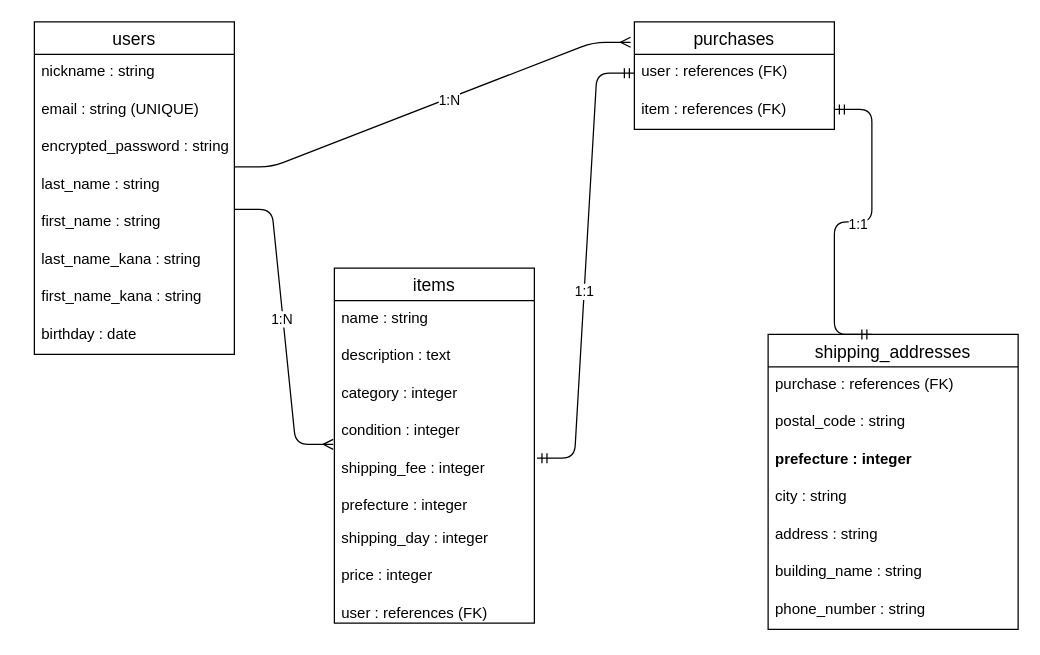
Above: er_diagram.drawio in daisuke289/furima-41667 (draw.io), before the change. Source tidied: cells renumbered, new cells numbered last; positions are measured from the earlier drawing's top-left corner, leaving out a move shared by most shapes. Both pictures are drawn from the tidied source at 125%, with x=0, y=0 at pixel (21, 21).
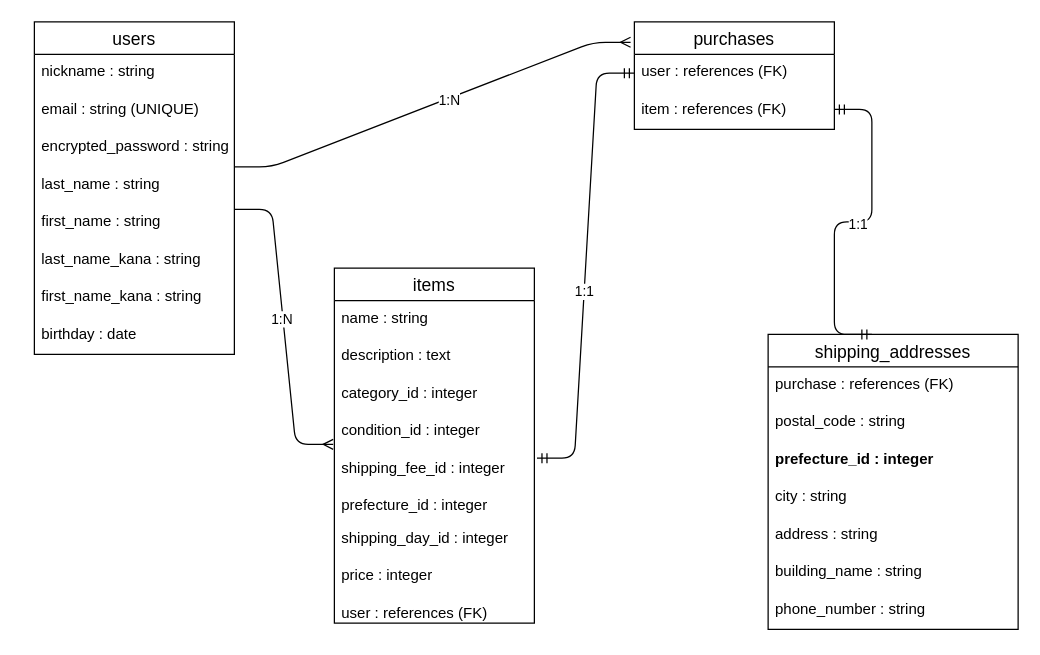
Above is the later version.

Commit message (it also covers changes not shown here):
ActiveHashの命名規則に従いました

Unchanged cells that the change refers to:
```xml
<mxCell id="12" value="items" style="swimlane;fontStyle=0;horizontal=1;startSize=26;align=center;fontSize=14;" parent="1" vertex="1">
  <mxGeometry x="250" y="197" width="160" height="284" as="geometry" />
</mxCell>
<mxCell id="25" value="shipping_addresses" style="swimlane;fontStyle=0;horizontal=1;startSize=26;align=center;fontSize=14;" parent="1" vertex="1">
  <mxGeometry x="597" y="250" width="200" height="236" as="geometry" />
</mxCell>
```

What changed in the source:
```diff
@@
-    <mxCell id="15" value="category : integer" style="text;strokeColor=none;fillColor=none;spacingLeft=4;spacingRight=4;overflow=hidden;fontSize=12;" parent="12" vertex="1">
+    <mxCell id="15" value="category_id : integer" style="text;strokeColor=none;fillColor=none;spacingLeft=4;spacingRight=4;overflow=hidden;fontSize=12;" parent="12" vertex="1">
       <mxGeometry y="86" width="160" height="30" as="geometry" />
     </mxCell>
-    <mxCell id="16" value="condition : integer" style="text;strokeColor=none;fillColor=none;spacingLeft=4;spacingRight=4;overflow=hidden;fontSize=12;" parent="12" vertex="1">
+    <mxCell id="16" value="condition_id : integer" style="text;strokeColor=none;fillColor=none;spacingLeft=4;spacingRight=4;overflow=hidden;fontSize=12;" parent="12" vertex="1">
       <mxGeometry y="116" width="160" height="30" as="geometry" />
     </mxCell>
-    <mxCell id="17" value="shipping_fee : integer" style="text;strokeColor=none;fillColor=none;spacingLeft=4;spacingRight=4;overflow=hidden;points=[[0,0.5],[1,0.5]];portConstraint=eastwest;fontSize=12;" parent="12" vertex="1">
+    <mxCell id="17" value="shipping_fee_id : integer" style="text;strokeColor=none;fillColor=none;spacingLeft=4;spacingRight=4;overflow=hidden;points=[[0,0.5],[1,0.5]];portConstraint=eastwest;fontSize=12;" parent="12" vertex="1">
       <mxGeometry y="146" width="160" height="30" as="geometry" />
     </mxCell>
-    <mxCell id="18" value="prefecture : integer" style="text;strokeColor=none;fillColor=none;spacingLeft=4;spacingRight=4;overflow=hidden;fontSize=12;" parent="12" vertex="1">
+    <mxCell id="18" value="prefecture_id : integer" style="text;strokeColor=none;fillColor=none;spacingLeft=4;spacingRight=4;overflow=hidden;fontSize=12;" parent="12" vertex="1">
       <mxGeometry y="176" width="160" height="26" as="geometry" />
     </mxCell>
-    <mxCell id="19" value="shipping_day : integer" style="text;strokeColor=none;fillColor=none;spacingLeft=4;spacingRight=4;overflow=hidden;fontSize=12;" parent="12" vertex="1">
+    <mxCell id="19" value="shipping_day_id : integer" style="text;strokeColor=none;fillColor=none;spacingLeft=4;spacingRight=4;overflow=hidden;fontSize=12;" parent="12" vertex="1">
       <mxGeometry y="202" width="160" height="30" as="geometry" />
     </mxCell>
@@
-    <mxCell id="28" value="prefecture : integer" style="text;strokeColor=none;fillColor=none;spacingLeft=4;spacingRight=4;overflow=hidden;fontSize=12;fontStyle=1;" parent="25" vertex="1">
+    <mxCell id="28" value="prefecture_id : integer" style="text;strokeColor=none;fillColor=none;spacingLeft=4;spacingRight=4;overflow=hidden;fontSize=12;fontStyle=1;" parent="25" vertex="1">
       <mxGeometry y="86" width="200" height="30" as="geometry" />
     </mxCell>
```
